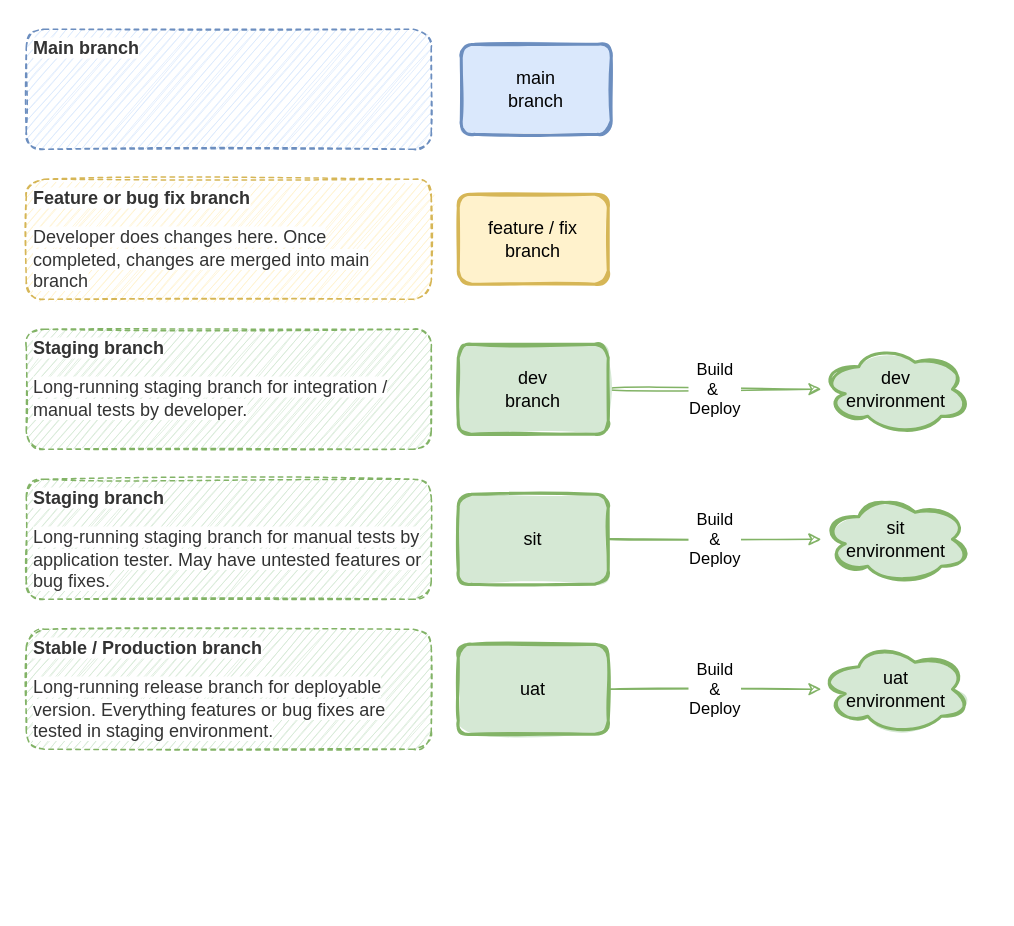
andylke/docs-gitlab-flow keeps this draw.io diagram as page "01-branches" (1 of 5) of gitlab-flow.drawio. Above is the earlier version. Source tidied: cells renumbered, new cells numbered last; positions are measured from the earlier drawing's top-left corner, leaving out a move shared by most shapes. Both pictures are drawn from the tidied source at 150%, with x=0, y=0 at pixel (26, 28).
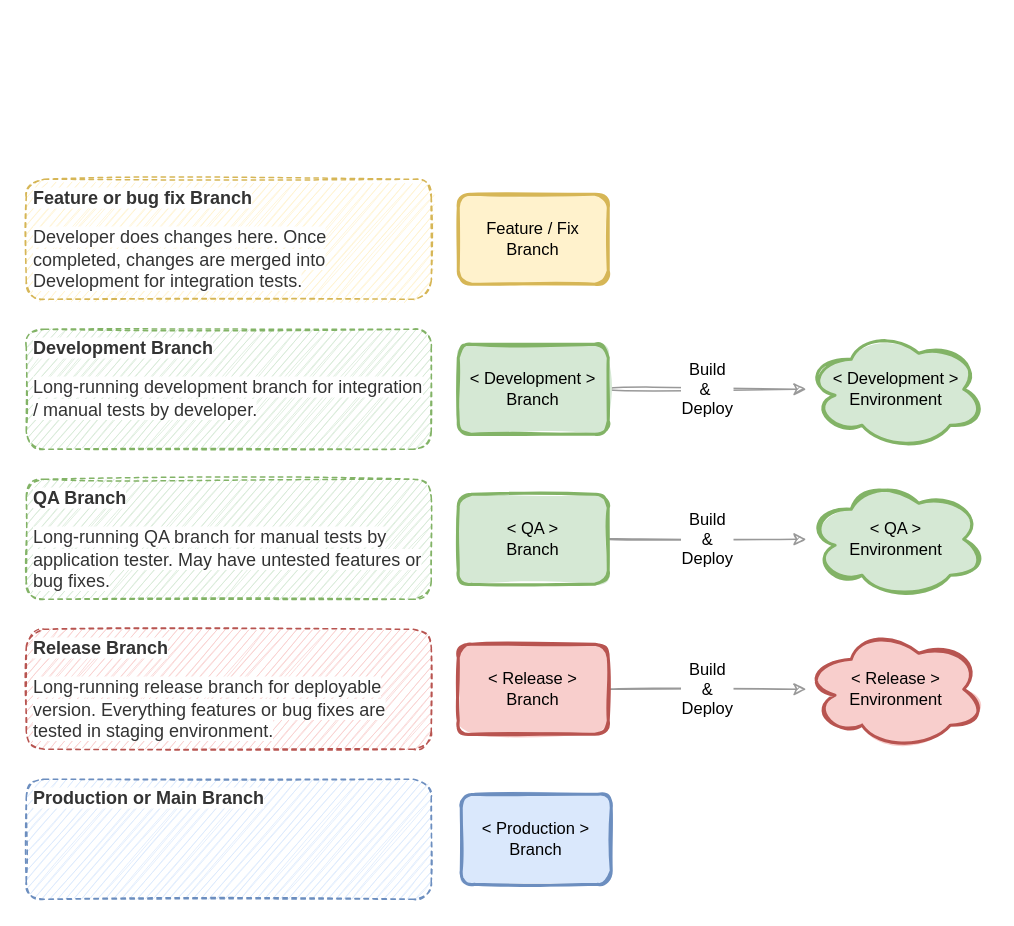
The same diagram, later.

Diff of the diagram source:
```diff
@@
 <mxGraphModel>
   <root>
     <mxCell id="0" />
     <mxCell id="1" parent="0" />
-    <mxCell id="2" value="Build&lt;br&gt;&amp;amp;&amp;nbsp;&lt;br&gt;Deploy" style="edgeStyle=orthogonalEdgeStyle;sketch=1;jettySize=auto;html=1;strokeWidth=1;curved=1;fillColor=#d5e8d4;strokeColor=#82b366;" parent="1" edge="1" source="3" target="12">
+    <mxCell id="2" value="Build&lt;br style=&quot;font-size: 11px;&quot;&gt;&amp;amp;&amp;nbsp;&lt;br style=&quot;font-size: 11px;&quot;&gt;Deploy" style="edgeStyle=orthogonalEdgeStyle;sketch=1;jettySize=auto;html=1;strokeWidth=1;curved=1;fillColor=#d5e8d4;strokeColor=#999999;fontSize=11;" parent="1" edge="1" source="3" target="12">
       <mxGeometry relative="1" as="geometry" />
     </mxCell>
-    <mxCell id="3" value="dev&lt;br&gt;branch" style="rounded=1;whiteSpace=wrap;html=1;sketch=1;fillColor=#d5e8d4;strokeColor=#82b366;strokeWidth=2;fillStyle=solid;" parent="1" vertex="1">
+    <mxCell id="3" value="&amp;lt; Development &amp;gt;&lt;br style=&quot;font-size: 11px;&quot;&gt;Branch" style="rounded=1;whiteSpace=wrap;html=1;sketch=1;fillColor=#d5e8d4;strokeColor=#82b366;strokeWidth=2;fillStyle=solid;fontSize=11;" parent="1" vertex="1">
       <mxGeometry x="288" y="210" width="100" height="60" as="geometry" />
     </mxCell>
-    <mxCell id="4" value="feature / fix&lt;br&gt;branch" style="rounded=1;whiteSpace=wrap;html=1;sketch=1;strokeWidth=2;fillColor=#fff2cc;strokeColor=#d6b656;fillStyle=solid;" parent="1" vertex="1">
+    <mxCell id="4" value="Feature / Fix&lt;br style=&quot;font-size: 11px;&quot;&gt;Branch" style="rounded=1;whiteSpace=wrap;html=1;sketch=1;strokeWidth=2;fillColor=#fff2cc;strokeColor=#d6b656;fillStyle=solid;fontSize=11;" parent="1" vertex="1">
       <mxGeometry x="288" y="110" width="100" height="60" as="geometry" />
     </mxCell>
-    <mxCell id="5" value="main&lt;br&gt;branch" style="rounded=1;whiteSpace=wrap;html=1;sketch=1;strokeWidth=2;fillColor=#dae8fc;strokeColor=#6c8ebf;fillStyle=solid;" parent="1" vertex="1">
-      <mxGeometry x="290" y="10" width="100" height="60" as="geometry" />
+    <mxCell id="5" value="&amp;lt; Production &amp;gt;&lt;br style=&quot;font-size: 11px;&quot;&gt;Branch" style="rounded=1;whiteSpace=wrap;html=1;sketch=1;strokeWidth=2;fillColor=#dae8fc;strokeColor=#6c8ebf;fillStyle=solid;fontSize=11;" parent="1" vertex="1">
+      <mxGeometry x="290" y="510" width="100" height="60" as="geometry" />
     </mxCell>
-    <mxCell id="6" value="Build&lt;br&gt;&amp;amp; &lt;br&gt;Deploy" style="edgeStyle=orthogonalEdgeStyle;sketch=1;jettySize=auto;html=1;strokeWidth=1;curved=1;fillColor=#d5e8d4;strokeColor=#82b366;" parent="1" edge="1" source="7" target="11">
+    <mxCell id="6" value="Build&lt;br style=&quot;font-size: 11px;&quot;&gt;&amp;amp; &lt;br style=&quot;font-size: 11px;&quot;&gt;Deploy" style="edgeStyle=orthogonalEdgeStyle;sketch=1;jettySize=auto;html=1;strokeWidth=1;curved=1;fillColor=#d5e8d4;strokeColor=#999999;fontSize=11;" parent="1" edge="1" source="7" target="11">
       <mxGeometry relative="1" as="geometry" />
     </mxCell>
-    <mxCell id="7" value="sit" style="rounded=1;whiteSpace=wrap;html=1;sketch=1;fillColor=#d5e8d4;strokeColor=#82b366;strokeWidth=2;fillStyle=solid;" parent="1" vertex="1">
+    <mxCell id="7" value="&amp;lt; QA &amp;gt;&lt;br style=&quot;font-size: 11px;&quot;&gt;Branch" style="rounded=1;whiteSpace=wrap;html=1;sketch=1;fillColor=#d5e8d4;strokeColor=#82b366;strokeWidth=2;fillStyle=solid;fontSize=11;" parent="1" vertex="1">
       <mxGeometry x="288" y="310" width="100" height="60" as="geometry" />
     </mxCell>
-    <mxCell id="8" value="Build&lt;br&gt;&amp;amp; &lt;br&gt;Deploy" style="edgeStyle=orthogonalEdgeStyle;sketch=1;jettySize=auto;html=1;strokeWidth=1;curved=1;fillColor=#d5e8d4;strokeColor=#82b366;" parent="1" edge="1" source="9" target="10">
+    <mxCell id="8" value="Build&lt;br style=&quot;font-size: 11px;&quot;&gt;&amp;amp; &lt;br style=&quot;font-size: 11px;&quot;&gt;Deploy" style="edgeStyle=orthogonalEdgeStyle;sketch=1;jettySize=auto;html=1;strokeWidth=1;curved=1;fillColor=#f8cecc;strokeColor=#999999;fontSize=11;" parent="1" edge="1" source="9" target="10">
       <mxGeometry relative="1" as="geometry" />
     </mxCell>
-    <mxCell id="9" value="uat" style="rounded=1;whiteSpace=wrap;html=1;sketch=1;fillColor=#d5e8d4;strokeColor=#82b366;strokeWidth=2;fillStyle=solid;" parent="1" vertex="1">
+    <mxCell id="9" value="&amp;lt; Release &amp;gt;&lt;br style=&quot;font-size: 11px;&quot;&gt;Branch" style="rounded=1;whiteSpace=wrap;html=1;sketch=1;fillColor=#f8cecc;strokeColor=#b85450;strokeWidth=2;fillStyle=solid;fontSize=11;" parent="1" vertex="1">
       <mxGeometry x="288" y="410" width="100" height="60" as="geometry" />
     </mxCell>
-    <mxCell id="10" value="uat&lt;br&gt;environment" style="ellipse;shape=cloud;whiteSpace=wrap;html=1;sketch=1;fillColor=#d5e8d4;strokeColor=#82b366;strokeWidth=2;fillStyle=solid;" parent="1" vertex="1">
-      <mxGeometry x="530" y="410" width="100" height="60" as="geometry" />
+    <mxCell id="10" value="&amp;lt; Release &amp;gt;&lt;br style=&quot;font-size: 11px;&quot;&gt;Environment" style="ellipse;shape=cloud;whiteSpace=wrap;html=1;sketch=1;fillColor=#f8cecc;strokeColor=#b85450;strokeWidth=2;fillStyle=solid;fontSize=11;" parent="1" vertex="1">
+      <mxGeometry x="520" y="400" width="120" height="80" as="geometry" />
     </mxCell>
-    <mxCell id="11" value="sit&lt;br&gt;environment" style="ellipse;shape=cloud;whiteSpace=wrap;html=1;sketch=1;fillColor=#d5e8d4;strokeColor=#82b366;strokeWidth=2;fillStyle=solid;" parent="1" vertex="1">
-      <mxGeometry x="530" y="310" width="100" height="60" as="geometry" />
+    <mxCell id="11" value="&amp;lt; QA &amp;gt;&lt;br style=&quot;font-size: 11px;&quot;&gt;Environment" style="ellipse;shape=cloud;whiteSpace=wrap;html=1;sketch=1;fillColor=#d5e8d4;strokeColor=#82b366;strokeWidth=2;fillStyle=solid;fontSize=11;" parent="1" vertex="1">
+      <mxGeometry x="520" y="300" width="120" height="80" as="geometry" />
     </mxCell>
-    <mxCell id="12" value="dev&lt;br&gt;environment" style="ellipse;shape=cloud;whiteSpace=wrap;html=1;sketch=1;fillColor=#d5e8d4;strokeColor=#82b366;strokeWidth=2;fillStyle=solid;" parent="1" vertex="1">
-      <mxGeometry x="530" y="210" width="100" height="60" as="geometry" />
+    <mxCell id="12" value="&amp;lt; Development &amp;gt;&lt;br style=&quot;font-size: 11px;&quot;&gt;Environment" style="ellipse;shape=cloud;whiteSpace=wrap;html=1;sketch=1;fillColor=#d5e8d4;strokeColor=#82b366;strokeWidth=2;fillStyle=solid;fontSize=11;" parent="1" vertex="1">
+      <mxGeometry x="520" y="200" width="120" height="80" as="geometry" />
     </mxCell>
-    <mxCell id="13" value="&lt;h1 style=&quot;font-size: 12px&quot;&gt;&lt;span style=&quot;color: rgb(51 , 51 , 51) ; font-family: &amp;#34;source sans pro&amp;#34; , sans-serif ; background-color: rgb(255 , 255 , 255)&quot;&gt;Feature or bug fix branch&lt;/span&gt;&lt;br&gt;&lt;/h1&gt;&lt;p style=&quot;font-size: 12px&quot;&gt;&lt;span style=&quot;color: rgb(51 , 51 , 51) ; font-family: &amp;#34;source sans pro&amp;#34; , sans-serif ; background-color: rgb(255 , 255 , 255)&quot;&gt;&lt;font style=&quot;font-size: 12px&quot;&gt;Developer does changes here.&amp;nbsp;&lt;/font&gt;&lt;/span&gt;&lt;span style=&quot;color: rgb(51 , 51 , 51) ; font-family: &amp;#34;source sans pro&amp;#34; , sans-serif ; background-color: rgb(255 , 255 , 255)&quot;&gt;Once completed,&amp;nbsp;&lt;/span&gt;&lt;span style=&quot;background-color: rgb(255 , 255 , 255) ; color: rgb(51 , 51 , 51) ; font-family: &amp;#34;source sans pro&amp;#34; , sans-serif&quot;&gt;changes are merged into main branch&lt;/span&gt;&lt;/p&gt;" style="text;html=1;strokeColor=#d6b656;fillColor=#fff2cc;spacing=5;spacingTop=-12;whiteSpace=wrap;overflow=hidden;rounded=1;sketch=1;fontSize=14;perimeterSpacing=0;dashed=1;" parent="1" vertex="1">
+    <mxCell id="13" value="&lt;h1 style=&quot;font-size: 12px&quot;&gt;&lt;span style=&quot;color: rgb(51 , 51 , 51) ; font-family: &amp;quot;source sans pro&amp;quot; , sans-serif ; background-color: rgb(255 , 255 , 255)&quot;&gt;Feature or bug fix Branch&lt;/span&gt;&lt;br&gt;&lt;/h1&gt;&lt;p style=&quot;font-size: 12px&quot;&gt;&lt;span style=&quot;color: rgb(51 , 51 , 51) ; font-family: &amp;quot;source sans pro&amp;quot; , sans-serif ; background-color: rgb(255 , 255 , 255)&quot;&gt;&lt;font style=&quot;font-size: 12px&quot;&gt;Developer does changes here.&amp;nbsp;&lt;/font&gt;&lt;/span&gt;&lt;span style=&quot;color: rgb(51 , 51 , 51) ; font-family: &amp;quot;source sans pro&amp;quot; , sans-serif ; background-color: rgb(255 , 255 , 255)&quot;&gt;Once completed,&amp;nbsp;&lt;/span&gt;&lt;span style=&quot;background-color: rgb(255 , 255 , 255) ; color: rgb(51 , 51 , 51) ; font-family: &amp;quot;source sans pro&amp;quot; , sans-serif&quot;&gt;changes are merged into Development for integration tests.&lt;/span&gt;&lt;/p&gt;" style="text;html=1;strokeColor=#d6b656;fillColor=#fff2cc;spacing=5;spacingTop=-12;whiteSpace=wrap;overflow=hidden;rounded=1;sketch=1;fontSize=14;perimeterSpacing=0;dashed=1;" parent="1" vertex="1">
       <mxGeometry y="100" width="270" height="80" as="geometry" />
     </mxCell>
-    <mxCell id="14" value="&lt;h1 style=&quot;font-size: 12px&quot;&gt;&lt;span style=&quot;color: rgb(51 , 51 , 51) ; font-family: &amp;#34;source sans pro&amp;#34; , sans-serif ; background-color: rgb(255 , 255 , 255)&quot;&gt;Stable / Production branch&lt;/span&gt;&lt;br&gt;&lt;/h1&gt;&lt;p style=&quot;font-size: 12px&quot;&gt;&lt;font color=&quot;#333333&quot; face=&quot;source sans pro, sans-serif&quot;&gt;&lt;span style=&quot;background-color: rgb(255 , 255 , 255)&quot;&gt;Long-running release branch for deployable version. Everything features or bug fixes are tested in staging environment.&lt;/span&gt;&lt;/font&gt;&lt;/p&gt;" style="text;html=1;strokeColor=#82b366;fillColor=#d5e8d4;spacing=5;spacingTop=-12;whiteSpace=wrap;overflow=hidden;rounded=1;sketch=1;fontSize=14;perimeterSpacing=0;dashed=1;" parent="1" vertex="1">
+    <mxCell id="14" value="&lt;h1 style=&quot;font-size: 12px&quot;&gt;&lt;span style=&quot;color: rgb(51 , 51 , 51) ; font-family: &amp;#34;source sans pro&amp;#34; , sans-serif ; background-color: rgb(255 , 255 , 255)&quot;&gt;Release Branch&lt;/span&gt;&lt;br&gt;&lt;/h1&gt;&lt;p style=&quot;font-size: 12px&quot;&gt;&lt;font color=&quot;#333333&quot; face=&quot;source sans pro, sans-serif&quot;&gt;&lt;span style=&quot;background-color: rgb(255 , 255 , 255)&quot;&gt;Long-running release branch for deployable version. Everything features or bug fixes are tested in staging environment.&lt;/span&gt;&lt;/font&gt;&lt;/p&gt;" style="text;html=1;strokeColor=#b85450;fillColor=#f8cecc;spacing=5;spacingTop=-12;whiteSpace=wrap;overflow=hidden;rounded=1;sketch=1;fontSize=14;perimeterSpacing=0;dashed=1;" parent="1" vertex="1">
       <mxGeometry y="400" width="270" height="80" as="geometry" />
     </mxCell>
-    <mxCell id="15" value="&lt;h1 style=&quot;font-size: 12px&quot;&gt;&lt;span style=&quot;color: rgb(51 , 51 , 51) ; font-family: &amp;#34;source sans pro&amp;#34; , sans-serif ; background-color: rgb(255 , 255 , 255)&quot;&gt;Staging branch&lt;/span&gt;&lt;br&gt;&lt;/h1&gt;&lt;p style=&quot;font-size: 12px&quot;&gt;&lt;font color=&quot;#333333&quot; face=&quot;source sans pro, sans-serif&quot;&gt;&lt;span style=&quot;background-color: rgb(255 , 255 , 255)&quot;&gt;Long-running staging branch for manual tests by application tester. May have untested features or bug fixes.&lt;/span&gt;&lt;/font&gt;&lt;/p&gt;" style="text;html=1;strokeColor=#82b366;fillColor=#d5e8d4;spacing=5;spacingTop=-12;whiteSpace=wrap;overflow=hidden;rounded=1;sketch=1;fontSize=14;perimeterSpacing=0;dashed=1;" parent="1" vertex="1">
+    <mxCell id="15" value="&lt;h1 style=&quot;font-size: 12px&quot;&gt;&lt;span style=&quot;color: rgb(51 , 51 , 51) ; font-family: &amp;quot;source sans pro&amp;quot; , sans-serif ; background-color: rgb(255 , 255 , 255)&quot;&gt;QA Branch&lt;/span&gt;&lt;br&gt;&lt;/h1&gt;&lt;p style=&quot;font-size: 12px&quot;&gt;&lt;font color=&quot;#333333&quot; face=&quot;source sans pro, sans-serif&quot;&gt;&lt;span style=&quot;background-color: rgb(255 , 255 , 255)&quot;&gt;Long-running QA branch for manual tests by application tester. May have untested features or bug fixes.&lt;/span&gt;&lt;/font&gt;&lt;/p&gt;" style="text;html=1;strokeColor=#82b366;fillColor=#d5e8d4;spacing=5;spacingTop=-12;whiteSpace=wrap;overflow=hidden;rounded=1;sketch=1;fontSize=14;perimeterSpacing=0;dashed=1;" parent="1" vertex="1">
       <mxGeometry y="300" width="270" height="80" as="geometry" />
     </mxCell>
-    <mxCell id="16" value="&lt;h1 style=&quot;font-size: 12px&quot;&gt;&lt;span style=&quot;color: rgb(51 , 51 , 51) ; font-family: &amp;#34;source sans pro&amp;#34; , sans-serif ; background-color: rgb(255 , 255 , 255)&quot;&gt;Staging branch&lt;/span&gt;&lt;br&gt;&lt;/h1&gt;&lt;p style=&quot;font-size: 12px&quot;&gt;&lt;font color=&quot;#333333&quot; face=&quot;source sans pro, sans-serif&quot;&gt;&lt;span style=&quot;background-color: rgb(255 , 255 , 255)&quot;&gt;Long-running staging branch for integration / manual tests by developer.&lt;/span&gt;&lt;/font&gt;&lt;/p&gt;" style="text;html=1;strokeColor=#82b366;fillColor=#d5e8d4;spacing=5;spacingTop=-12;whiteSpace=wrap;overflow=hidden;rounded=1;sketch=1;fontSize=14;perimeterSpacing=0;dashed=1;" parent="1" vertex="1">
+    <mxCell id="16" value="&lt;h1 style=&quot;font-size: 12px&quot;&gt;&lt;span style=&quot;color: rgb(51 , 51 , 51) ; font-family: &amp;quot;source sans pro&amp;quot; , sans-serif ; background-color: rgb(255 , 255 , 255)&quot;&gt;Development Branch&lt;/span&gt;&lt;br&gt;&lt;/h1&gt;&lt;p style=&quot;font-size: 12px&quot;&gt;&lt;font color=&quot;#333333&quot; face=&quot;source sans pro, sans-serif&quot;&gt;&lt;span style=&quot;background-color: rgb(255 , 255 , 255)&quot;&gt;Long-running development branch for integration / manual tests by developer.&lt;/span&gt;&lt;/font&gt;&lt;/p&gt;" style="text;html=1;strokeColor=#82b366;fillColor=#d5e8d4;spacing=5;spacingTop=-12;whiteSpace=wrap;overflow=hidden;rounded=1;sketch=1;fontSize=14;perimeterSpacing=0;dashed=1;" parent="1" vertex="1">
       <mxGeometry y="200" width="270" height="80" as="geometry" />
     </mxCell>
-    <mxCell id="17" value="&lt;h1 style=&quot;font-size: 12px&quot;&gt;&lt;span style=&quot;color: rgb(51 , 51 , 51) ; font-family: &amp;#34;source sans pro&amp;#34; , sans-serif ; background-color: rgb(255 , 255 , 255)&quot;&gt;Main branch&lt;/span&gt;&lt;br&gt;&lt;/h1&gt;&lt;p style=&quot;font-size: 12px&quot;&gt;&lt;br&gt;&lt;/p&gt;" style="text;html=1;strokeColor=#6c8ebf;fillColor=#dae8fc;spacing=5;spacingTop=-12;whiteSpace=wrap;overflow=hidden;rounded=1;sketch=1;fontSize=14;perimeterSpacing=0;dashed=1;" parent="1" vertex="1">
-      <mxGeometry width="270" height="80" as="geometry" />
+    <mxCell id="17" value="&lt;h1 style=&quot;font-size: 12px&quot;&gt;&lt;span style=&quot;color: rgb(51 , 51 , 51) ; font-family: &amp;quot;source sans pro&amp;quot; , sans-serif ; background-color: rgb(255 , 255 , 255)&quot;&gt;Production or Main Branch&lt;/span&gt;&lt;br&gt;&lt;/h1&gt;&lt;p style=&quot;font-size: 12px&quot;&gt;&lt;br&gt;&lt;/p&gt;" style="text;html=1;strokeColor=#6c8ebf;fillColor=#dae8fc;spacing=5;spacingTop=-12;whiteSpace=wrap;overflow=hidden;rounded=1;sketch=1;fontSize=14;perimeterSpacing=0;dashed=1;" parent="1" vertex="1">
+      <mxGeometry y="500" width="270" height="80" as="geometry" />
     </mxCell>
   </root>
 </mxGraphModel>
```
